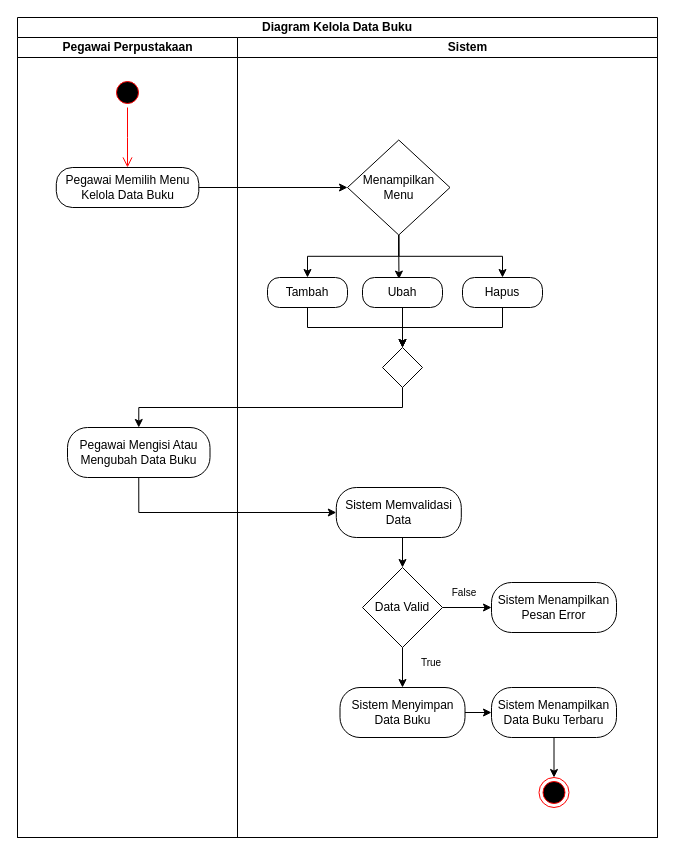
Above: page "Diagram Kelola Data Buku" (3 of 9) of Use case.drawio in DikiDrim/FileSkripsi (draw.io), before the change. Source tidied: cells renumbered, new cells numbered last; positions are measured from the earlier drawing's top-left corner, leaving out a move shared by most shapes. Both pictures are drawn from the tidied source at 100%, with x=0, y=0 at pixel (17, 17).
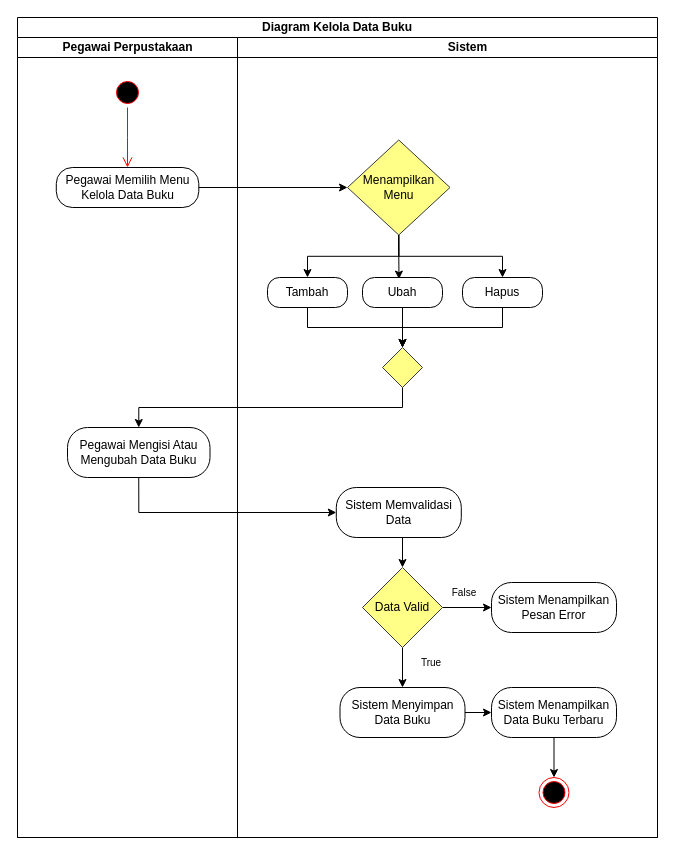
After the change.

Unchanged cells that the change refers to:
```xml
<mxCell id="8" value="&lt;blockquote style=&quot;margin: 0 0 0 40px; border: none; padding: 0px;&quot;&gt;Sistem&lt;/blockquote&gt;" style="swimlane;html=1;startSize=20;swimlaneLine=1;" parent="2" vertex="1">
  <mxGeometry x="220" y="20" width="420" height="800" as="geometry" />
</mxCell>
```

What changed in the source:
```diff
@@
-    <mxCell id="14" value="Data Valid" style="rhombus;whiteSpace=wrap;html=1;" parent="8" vertex="1">
+    <mxCell id="14" value="Data Valid" style="rhombus;whiteSpace=wrap;html=1;fillColor=#ffff88;strokeColor=#36393d;" parent="8" vertex="1">
       <mxGeometry x="125" y="530" width="80" height="80" as="geometry" />
     </mxCell>
@@
-    <mxCell id="17" value="Menampilkan Menu" style="rhombus;whiteSpace=wrap;html=1;" parent="8" vertex="1">
+    <mxCell id="17" value="Menampilkan Menu" style="rhombus;whiteSpace=wrap;html=1;fillColor=#ffff88;strokeColor=#36393d;" parent="8" vertex="1">
       <mxGeometry x="110" y="102.5" width="102.5" height="95" as="geometry" />
     </mxCell>
@@
-    <mxCell id="25" style="rhombus;whiteSpace=wrap;html=1;" parent="8" vertex="1">
+    <mxCell id="25" style="rhombus;whiteSpace=wrap;html=1;fillColor=#ffff88;strokeColor=#36393d;" parent="8" vertex="1">
       <mxGeometry x="145" y="310" width="40" height="40" as="geometry" />
     </mxCell>
```
